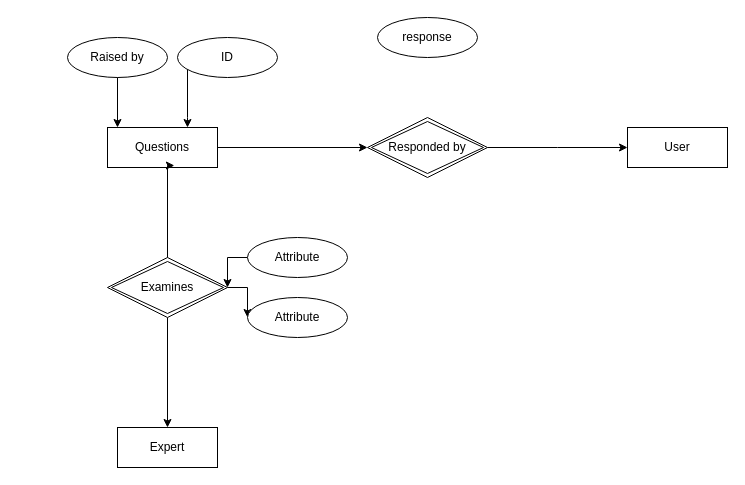
Earlier version of the draw.io diagram new er.drawio (USsaikia/usaikia). Source tidied: cells renumbered, new cells numbered last; positions are measured from the earlier drawing's top-left corner, leaving out a move shared by most shapes. Both pictures are drawn from the tidied source at 100%, with x=0, y=0 at pixel (67, 17).
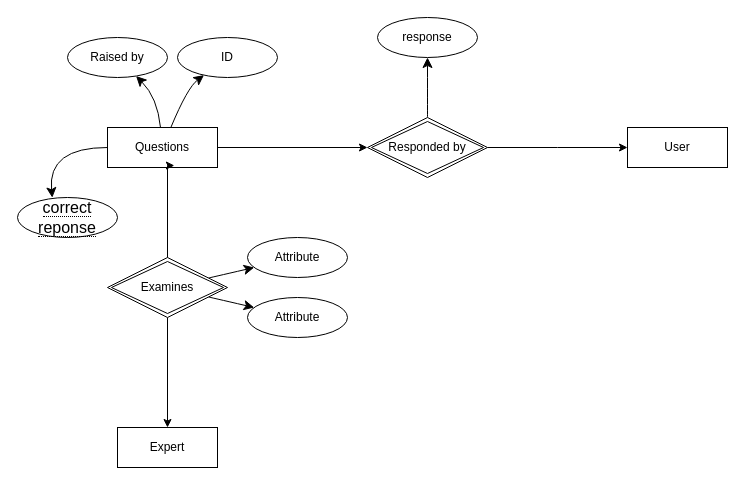
The same diagram, later.

The change refers to these unchanged cells:
```xml
<mxCell id="3" value="Responded by" style="shape=rhombus;double=1;perimeter=rhombusPerimeter;whiteSpace=wrap;html=1;align=center;" parent="1" vertex="1">
  <mxGeometry x="300" y="100" width="120" height="60" as="geometry" />
</mxCell>
<mxCell id="5" value="Questions" style="whiteSpace=wrap;html=1;align=center;" parent="1" vertex="1">
  <mxGeometry x="40" y="110" width="110" height="40" as="geometry" />
</mxCell>
<mxCell id="9" value="Examines" style="shape=rhombus;double=1;perimeter=rhombusPerimeter;whiteSpace=wrap;html=1;align=center;" parent="1" vertex="1">
  <mxGeometry x="40" y="240" width="120" height="60" as="geometry" />
</mxCell>
<mxCell id="11" value="response" style="ellipse;whiteSpace=wrap;html=1;align=center;" parent="1" vertex="1">
  <mxGeometry x="310" width="100" height="40" as="geometry" />
</mxCell>
<mxCell id="13" value="Attribute" style="ellipse;whiteSpace=wrap;html=1;align=center;" parent="1" vertex="1">
  <mxGeometry x="180" y="220" width="100" height="40" as="geometry" />
</mxCell>
<mxCell id="14" value="Attribute" style="ellipse;whiteSpace=wrap;html=1;align=center;" parent="1" vertex="1">
  <mxGeometry x="180" y="280" width="100" height="40" as="geometry" />
</mxCell>
<mxCell id="16" value="ID" style="ellipse;whiteSpace=wrap;html=1;align=center;" parent="1" vertex="1">
  <mxGeometry x="110" y="20" width="100" height="40" as="geometry" />
</mxCell>
<mxCell id="18" value="Raised by" style="ellipse;whiteSpace=wrap;html=1;align=center;" parent="1" vertex="1">
  <mxGeometry y="20" width="100" height="40" as="geometry" />
</mxCell>
```

What changed in the source:
```diff
@@
+    <mxCell id="20" style="edgeStyle=none;curved=1;rounded=0;jettySize=auto;html=1;fontSize=12;startSize=8;endSize=8;" parent="1" edge="1" source="3" target="11">
+      <mxGeometry relative="1" as="geometry" />
+    </mxCell>
@@
+    <mxCell id="21" style="edgeStyle=none;curved=1;rounded=0;jettySize=auto;html=1;fontSize=12;startSize=8;endSize=8;" parent="1" edge="1" source="5" target="16">
+      <mxGeometry relative="1" as="geometry">
+        <Array as="points">
+          <mxPoint x="120" y="70" />
+        </Array>
+      </mxGeometry>
+    </mxCell>
+    <mxCell id="22" style="edgeStyle=none;curved=1;rounded=0;jettySize=auto;html=1;fontSize=12;startSize=8;endSize=8;" parent="1" edge="1" source="5" target="18">
+      <mxGeometry relative="1" as="geometry">
+        <Array as="points">
+          <mxPoint x="90" y="80" />
+        </Array>
+      </mxGeometry>
+    </mxCell>
@@
-    <mxCell id="8" style="edgeStyle=orthogonalEdgeStyle;rounded=0;jettySize=auto;html=1;" parent="1" edge="1" source="9" target="14">
+    <mxCell id="8" style="edgeStyle=none;curved=1;rounded=0;jettySize=auto;html=1;fontSize=12;startSize=8;endSize=8;" parent="1" edge="1" source="9" target="14">
       <mxGeometry relative="1" as="geometry" />
     </mxCell>
+    <mxCell id="23" style="edgeStyle=none;curved=1;rounded=0;jettySize=auto;html=1;fontSize=12;startSize=8;endSize=8;" parent="1" edge="1" source="9" target="13">
+      <mxGeometry relative="1" as="geometry" />
+    </mxCell>
@@
-    <mxCell id="12" style="edgeStyle=orthogonalEdgeStyle;rounded=0;jettySize=auto;html=1;exitX=0;exitY=0.5;exitDx=0;exitDy=0;" parent="1" edge="1" source="13">
-      <mxGeometry relative="1" as="geometry">
-        <mxPoint x="160" y="270" as="targetPoint" />
-      </mxGeometry>
-    </mxCell>
@@
-    <mxCell id="15" style="edgeStyle=orthogonalEdgeStyle;rounded=0;jettySize=auto;html=1;" parent="1" edge="1" source="16" target="5">
-      <mxGeometry relative="1" as="geometry">
-        <Array as="points">
-          <mxPoint x="120" y="100" />
-          <mxPoint x="120" y="100" />
-        </Array>
-      </mxGeometry>
-    </mxCell>
@@
-    <mxCell id="19" style="edgeStyle=orthogonalEdgeStyle;rounded=0;jettySize=auto;html=1;entryX=0.091;entryY=0;entryDx=0;entryDy=0;entryPerimeter=0;" parent="1" edge="1" source="18" target="5">
-      <mxGeometry relative="1" as="geometry" />
-    </mxCell>
+    <mxCell id="24" value="&lt;span style=&quot;border-bottom: 1px dotted&quot;&gt;correct reponse&lt;/span&gt;" style="ellipse;whiteSpace=wrap;html=1;align=center;fontSize=16;" parent="1" vertex="1">
+      <mxGeometry x="-50" y="180" width="100" height="40" as="geometry" />
+    </mxCell>
+    <mxCell id="25" style="edgeStyle=none;curved=1;rounded=0;jettySize=auto;html=1;entryX=0.348;entryY=0.005;entryDx=0;entryDy=0;entryPerimeter=0;fontSize=12;startSize=8;endSize=8;" parent="1" edge="1" source="5" target="24">
+      <mxGeometry relative="1" as="geometry">
+        <Array as="points">
+          <mxPoint x="-20" y="130" />
+        </Array>
+      </mxGeometry>
+    </mxCell>
```
